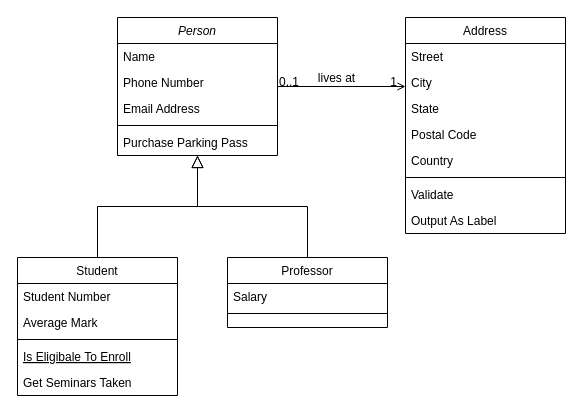
The draw.io diagram Untitled Diagram.drawio in tpmmthomas/ierg3080-pokemon-go, before the edit. Source tidied: cells renumbered, new cells numbered last; positions are measured from the earlier drawing's top-left corner, leaving out a move shared by most shapes. Both pictures are drawn from the tidied source at 100%, with x=0, y=0 at pixel (17, 17).
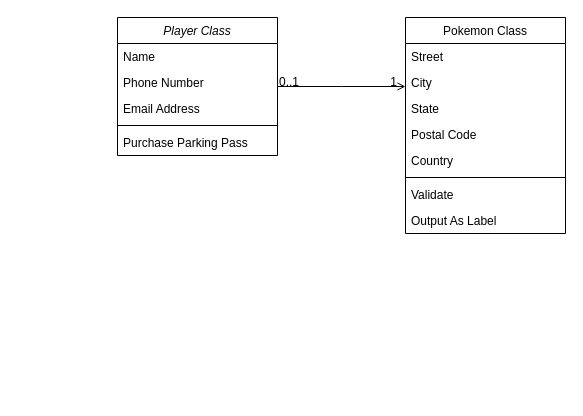
The same page after the edit.

The change refers to these unchanged cells:
```xml
<mxCell id="28" style="endArrow=open;shadow=0;strokeWidth=1;rounded=0;endFill=1;edgeStyle=elbowEdgeStyle;elbow=vertical;" parent="1" edge="1" source="2" target="19">
  <mxGeometry x="0.5" y="41" relative="1" as="geometry">
    <mxPoint x="-40" y="32" as="offset" />
  </mxGeometry>
</mxCell>
```

Change to the diagram source:
```diff
@@
-    <mxCell id="2" value="Person" style="swimlane;fontStyle=2;align=center;verticalAlign=top;horizontal=1;startSize=26;rounded=0;shadow=0;strokeWidth=1;" parent="1" vertex="1">
+    <mxCell id="2" value="Player Class" style="swimlane;fontStyle=2;align=center;verticalAlign=top;horizontal=1;startSize=26;rounded=0;shadow=0;strokeWidth=1;" parent="1" vertex="1">
       <mxGeometry x="100" width="160" height="138" as="geometry" />
     </mxCell>
@@
-    <mxCell id="8" value="Student" style="swimlane;fontStyle=0;align=center;verticalAlign=top;horizontal=1;startSize=26;rounded=0;shadow=0;strokeWidth=1;" parent="1" vertex="1">
-      <mxGeometry y="240" width="160" height="138" as="geometry" />
-    </mxCell>
-    <mxCell id="9" value="Student Number" style="text;align=left;verticalAlign=top;spacingLeft=4;spacingRight=4;overflow=hidden;" parent="8" vertex="1">
-      <mxGeometry y="26" width="160" height="26" as="geometry" />
-    </mxCell>
-    <mxCell id="10" value="Average Mark" style="text;align=left;verticalAlign=top;spacingLeft=4;spacingRight=4;overflow=hidden;rounded=0;shadow=0;html=0;" parent="8" vertex="1">
-      <mxGeometry y="52" width="160" height="26" as="geometry" />
-    </mxCell>
-    <mxCell id="11" style="line;html=1;strokeWidth=1;align=left;verticalAlign=middle;spacingTop=-1;spacingLeft=3;spacingRight=3;labelPosition=right;" parent="8" vertex="1">
-      <mxGeometry y="78" width="160" height="8" as="geometry" />
-    </mxCell>
-    <mxCell id="12" value="Is Eligibale To Enroll" style="text;align=left;verticalAlign=top;spacingLeft=4;spacingRight=4;overflow=hidden;fontStyle=4;" parent="8" vertex="1">
-      <mxGeometry y="86" width="160" height="26" as="geometry" />
-    </mxCell>
-    <mxCell id="13" value="Get Seminars Taken" style="text;align=left;verticalAlign=top;spacingLeft=4;spacingRight=4;overflow=hidden;" parent="8" vertex="1">
-      <mxGeometry y="112" width="160" height="26" as="geometry" />
-    </mxCell>
-    <mxCell id="14" style="endArrow=block;endSize=10;endFill=0;shadow=0;strokeWidth=1;rounded=0;edgeStyle=elbowEdgeStyle;elbow=vertical;" parent="1" edge="1" source="8" target="2">
-      <mxGeometry relative="1" as="geometry" />
-    </mxCell>
-    <mxCell id="15" value="Professor" style="swimlane;fontStyle=0;align=center;verticalAlign=top;horizontal=1;startSize=26;rounded=0;shadow=0;strokeWidth=1;" parent="1" vertex="1">
-      <mxGeometry x="210" y="240" width="160" height="70" as="geometry" />
-    </mxCell>
-    <mxCell id="16" value="Salary" style="text;align=left;verticalAlign=top;spacingLeft=4;spacingRight=4;overflow=hidden;" parent="15" vertex="1">
-      <mxGeometry y="26" width="160" height="26" as="geometry" />
-    </mxCell>
-    <mxCell id="17" style="line;html=1;strokeWidth=1;align=left;verticalAlign=middle;spacingTop=-1;spacingLeft=3;spacingRight=3;labelPosition=right;" parent="15" vertex="1">
-      <mxGeometry y="52" width="160" height="8" as="geometry" />
-    </mxCell>
-    <mxCell id="18" style="endArrow=block;endSize=10;endFill=0;shadow=0;strokeWidth=1;rounded=0;edgeStyle=elbowEdgeStyle;elbow=vertical;" parent="1" edge="1" source="15" target="2">
-      <mxGeometry relative="1" as="geometry" />
-    </mxCell>
-    <mxCell id="19" value="Address" style="swimlane;fontStyle=0;align=center;verticalAlign=top;horizontal=1;startSize=26;rounded=0;shadow=0;strokeWidth=1;" parent="1" vertex="1">
+    <mxCell id="19" value="Pokemon Class" style="swimlane;fontStyle=0;align=center;verticalAlign=top;horizontal=1;startSize=26;rounded=0;shadow=0;strokeWidth=1;" parent="1" vertex="1">
       <mxGeometry x="388" width="160" height="216" as="geometry" />
     </mxCell>
@@
-    <mxCell id="31" value="lives at" style="text;html=1;align=center;verticalAlign=middle;labelBackgroundColor=none;rounded=0;shadow=0;strokeWidth=1;fontSize=12;" parent="28" vertex="1">
-      <mxGeometry x="0.5" y="49" relative="1" as="geometry">
-        <mxPoint x="-38" y="40" as="offset" />
-      </mxGeometry>
-    </mxCell>
```
